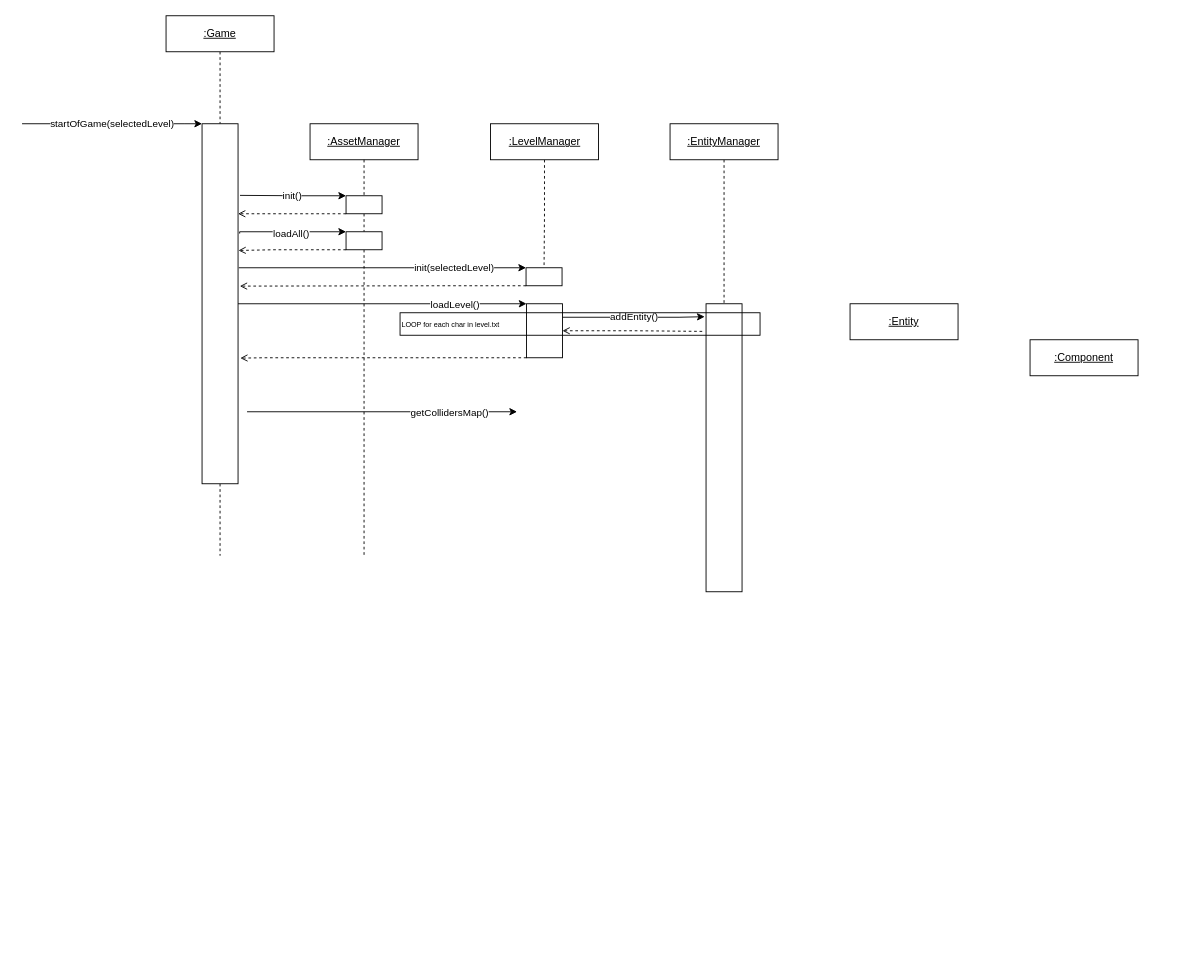
Earlier version of the draw.io diagram page "Lifeline" (2 of 2) of classDiagram.drawio (dnilhnry/CPP-Game-Engine-and-Basic-Platformer). Source tidied: cells renumbered, new cells numbered last; positions are measured from the earlier drawing's top-left corner, leaving out a move shared by most shapes. Both pictures are drawn from the tidied source at 90%, with x=0, y=0 at pixel (22, 15).
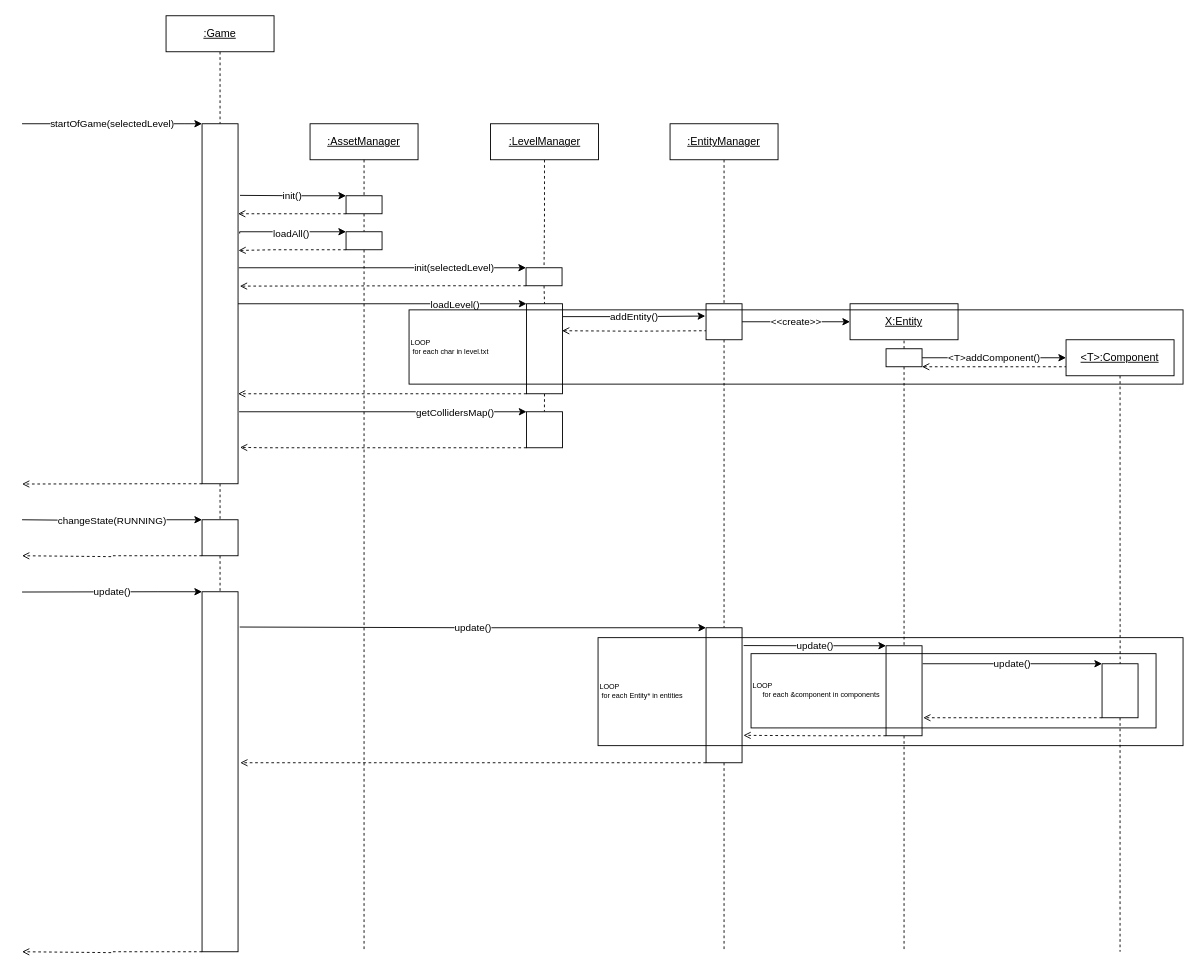
The same diagram, later.

The change refers to these unchanged cells:
```xml
<mxCell id="16" style="whiteSpace=wrap;html=1;rounded=0;" parent="1" vertex="1">
  <mxGeometry x="200" y="120" width="40" height="400" as="geometry" />
</mxCell>
<mxCell id="25" style="whiteSpace=wrap;html=1;rounded=0;" parent="1" vertex="1">
  <mxGeometry x="560" y="280" width="40" height="20" as="geometry" />
</mxCell>
<mxCell id="33" style="whiteSpace=wrap;html=1;rounded=0;" parent="1" vertex="1">
  <mxGeometry x="360" y="240" width="40" height="20" as="geometry" />
</mxCell>
```

Change to the diagram source:
```diff
@@
-    <mxCell id="2" style="edgeStyle=orthogonalEdgeStyle;rounded=0;jettySize=auto;html=1;exitX=0;exitY=1;exitDx=0;exitDy=0;endArrow=open;endFill=0;dashed=1;entryX=1.062;entryY=0.651;entryDx=0;entryDy=0;entryPerimeter=0;" parent="1" edge="1" source="4" target="16">
+    <mxCell id="2" style="edgeStyle=orthogonalEdgeStyle;rounded=0;jettySize=auto;html=1;exitX=0;exitY=1;exitDx=0;exitDy=0;endArrow=open;endFill=0;dashed=1;entryX=1;entryY=0.75;entryDx=0;entryDy=0;" parent="1" edge="1" source="4" target="16">
       <mxGeometry relative="1" as="geometry">
         <Array as="points">
-          <mxPoint x="270" y="380" />
+          <mxPoint x="410" y="420" />
+          <mxPoint x="410" y="420" />
         </Array>
       </mxGeometry>
     </mxCell>
-    <mxCell id="3" style="edgeStyle=orthogonalEdgeStyle;rounded=0;jettySize=auto;html=1;exitX=1;exitY=0.5;exitDx=0;exitDy=0;entryX=-0.038;entryY=0.096;entryDx=0;entryDy=0;entryPerimeter=0;startArrow=open;startFill=0;endArrow=none;endFill=0;dashed=1;" parent="1" edge="1" source="4" target="29">
-      <mxGeometry relative="1" as="geometry" />
+    <mxCell id="3" style="edgeStyle=orthogonalEdgeStyle;rounded=0;jettySize=auto;html=1;startArrow=open;startFill=0;endArrow=none;endFill=0;dashed=1;entryX=0;entryY=0.75;entryDx=0;entryDy=0;" parent="1" edge="1" target="29">
+      <mxGeometry relative="1" as="geometry">
+        <mxPoint x="600" y="350" as="sourcePoint" />
+      </mxGeometry>
     </mxCell>
+    <mxCell id="34" style="edgeStyle=orthogonalEdgeStyle;rounded=0;jettySize=auto;html=1;exitX=0.5;exitY=1;exitDx=0;exitDy=0;dashed=1;endArrow=none;endFill=0;" parent="1" edge="1" source="4">
+      <mxGeometry relative="1" as="geometry">
+        <mxPoint x="580.4" y="440" as="targetPoint" />
+      </mxGeometry>
+    </mxCell>
     <mxCell id="4" style="whiteSpace=wrap;html=1;rounded=0;" parent="1" vertex="1">
-      <mxGeometry x="560.5" y="320" width="40" height="60" as="geometry" />
+      <mxGeometry x="560.5" y="320" width="40" height="100" as="geometry" />
     </mxCell>
@@
+    <mxCell id="35" value="&amp;lt;&amp;lt;create&amp;gt;&amp;gt;" style="edgeStyle=orthogonalEdgeStyle;rounded=0;jettySize=auto;html=1;exitX=0;exitY=0.5;exitDx=0;exitDy=0;endArrow=none;endFill=0;startArrow=classic;startFill=1;entryX=1;entryY=0.5;entryDx=0;entryDy=0;" parent="1" edge="1" source="12" target="29">
+      <mxGeometry relative="1" as="geometry" />
+    </mxCell>
-    <mxCell id="12" value="&lt;u&gt;:Entity&lt;/u&gt;" style="rounded=0;whiteSpace=wrap;html=1;" parent="1" vertex="1">
+    <mxCell id="12" value="&lt;u&gt;X:Entity&lt;/u&gt;" style="rounded=0;whiteSpace=wrap;html=1;" parent="1" vertex="1">
       <mxGeometry x="920" y="320" width="120" height="40" as="geometry" />
     </mxCell>
+    <mxCell id="36" style="edgeStyle=orthogonalEdgeStyle;rounded=0;jettySize=auto;html=1;exitX=0.5;exitY=1;exitDx=0;exitDy=0;dashed=1;endArrow=none;endFill=0;" parent="1" edge="1" source="13">
+      <mxGeometry relative="1" as="geometry">
+        <mxPoint x="1220.1" y="720.6" as="targetPoint" />
+      </mxGeometry>
+    </mxCell>
-    <mxCell id="13" value="&lt;u&gt;:Component&lt;/u&gt;" style="rounded=0;whiteSpace=wrap;html=1;" parent="1" vertex="1">
-      <mxGeometry x="1120" y="360" width="120" height="40" as="geometry" />
+    <mxCell id="13" value="&lt;u&gt;&amp;lt;T&amp;gt;:Component&lt;/u&gt;" style="rounded=0;whiteSpace=wrap;html=1;" parent="1" vertex="1">
+      <mxGeometry x="1160" y="360" width="120" height="40" as="geometry" />
     </mxCell>
@@
     <mxCell id="15" style="edgeStyle=orthogonalEdgeStyle;rounded=0;jettySize=auto;html=1;exitX=0.5;exitY=1;exitDx=0;exitDy=0;dashed=1;endArrow=none;endFill=0;" parent="1" edge="1" source="16">
       <mxGeometry relative="1" as="geometry">
-        <mxPoint x="220" y="600" as="targetPoint" />
+        <mxPoint x="220" y="560" as="targetPoint" />
       </mxGeometry>
     </mxCell>
+    <mxCell id="37" style="edgeStyle=orthogonalEdgeStyle;rounded=0;jettySize=auto;html=1;exitX=0;exitY=1;exitDx=0;exitDy=0;dashed=1;endArrow=open;endFill=0;" parent="1" edge="1" source="16">
+      <mxGeometry relative="1" as="geometry">
+        <mxPoint y="520.3" as="targetPoint" />
+        <Array as="points">
+          <mxPoint x="150" y="520" />
+          <mxPoint x="150" y="520" />
+        </Array>
+      </mxGeometry>
+    </mxCell>
@@
-    <mxCell id="23" value="addEntity()" style="edgeStyle=orthogonalEdgeStyle;rounded=0;jettySize=auto;html=1;exitX=1;exitY=0.25;exitDx=0;exitDy=0;entryX=-0.038;entryY=0.045;entryDx=0;entryDy=0;entryPerimeter=0;" parent="1" edge="1" source="4" target="29">
-      <mxGeometry relative="1" as="geometry">
-        <Array as="points">
-          <mxPoint x="730" y="335" />
-        </Array>
-      </mxGeometry>
+    <mxCell id="23" value="addEntity()" style="edgeStyle=orthogonalEdgeStyle;rounded=0;jettySize=auto;html=1;exitX=1.012;exitY=0.143;exitDx=0;exitDy=0;exitPerimeter=0;entryX=-0.021;entryY=0.342;entryDx=0;entryDy=0;entryPerimeter=0;" parent="1" edge="1" source="4" target="29">
+      <mxGeometry relative="1" as="geometry" />
     </mxCell>
@@
+    <mxCell id="38" style="edgeStyle=orthogonalEdgeStyle;rounded=0;jettySize=auto;html=1;exitX=0.5;exitY=1;exitDx=0;exitDy=0;entryX=0.5;entryY=0;entryDx=0;entryDy=0;dashed=1;endArrow=none;endFill=0;" parent="1" edge="1" source="25" target="4">
+      <mxGeometry relative="1" as="geometry" />
+    </mxCell>
@@
-    <mxCell id="28" value="getCollidersMap()" style="edgeStyle=orthogonalEdgeStyle;rounded=0;orthogonalLoop=1;jettySize=auto;html=1;startArrow=classic;startFill=1;endArrow=none;endFill=0;" parent="1" edge="1">
+    <mxCell id="28" value="getCollidersMap()" style="edgeStyle=orthogonalEdgeStyle;rounded=0;jettySize=auto;html=1;startArrow=classic;startFill=1;endArrow=none;endFill=0;exitX=0;exitY=0;exitDx=0;exitDy=0;entryX=1.029;entryY=0.8;entryDx=0;entryDy=0;entryPerimeter=0;" parent="1" edge="1" source="46" target="16">
       <mxGeometry x="-0.5" y="1" relative="1" as="geometry">
-        <mxPoint x="550" y="440" as="sourcePoint" />
-        <mxPoint x="250" y="440" as="targetPoint" />
+        <Array as="points">
+          <mxPoint x="430" y="440" />
+          <mxPoint x="430" y="440" />
+        </Array>
       </mxGeometry>
     </mxCell>
+    <mxCell id="39" style="edgeStyle=orthogonalEdgeStyle;rounded=0;jettySize=auto;html=1;exitX=0.5;exitY=1;exitDx=0;exitDy=0;dashed=1;endArrow=none;endFill=0;" parent="1" edge="1" source="29">
+      <mxGeometry relative="1" as="geometry">
+        <mxPoint x="780" y="680" as="targetPoint" />
+      </mxGeometry>
+    </mxCell>
     <mxCell id="29" style="whiteSpace=wrap;html=1;rounded=0;" parent="1" vertex="1">
-      <mxGeometry x="760" y="320" width="40" height="320" as="geometry" />
+      <mxGeometry x="760" y="320" width="40" height="40" as="geometry" />
     </mxCell>
-    <mxCell id="30" value="LOOP for each char in level.txt" style="rounded=0;whiteSpace=wrap;html=1;fillColor=none;align=left;fontSize=8;" parent="1" vertex="1">
-      <mxGeometry x="420" y="330" width="400" height="25" as="geometry" />
-    </mxCell>
@@
     <mxCell id="32" style="edgeStyle=orthogonalEdgeStyle;rounded=0;jettySize=auto;html=1;exitX=0.5;exitY=1;exitDx=0;exitDy=0;dashed=1;endArrow=none;endFill=0;" parent="1" edge="1" source="33">
       <mxGeometry relative="1" as="geometry">
-        <mxPoint x="380" y="601" as="targetPoint" />
+        <mxPoint x="380" y="1040" as="targetPoint" />
       </mxGeometry>
     </mxCell>
@@
+    <mxCell id="40" style="edgeStyle=orthogonalEdgeStyle;rounded=0;jettySize=auto;html=1;exitX=0.5;exitY=0;exitDx=0;exitDy=0;entryX=0.5;entryY=1;entryDx=0;entryDy=0;endArrow=none;endFill=0;dashed=1;" parent="1" edge="1" source="44" target="12">
+      <mxGeometry relative="1" as="geometry" />
+    </mxCell>
+    <mxCell id="41" value="&amp;lt;T&amp;gt;addComponent()" style="edgeStyle=orthogonalEdgeStyle;rounded=0;jettySize=auto;html=1;exitX=1;exitY=0.5;exitDx=0;exitDy=0;entryX=0;entryY=0.5;entryDx=0;entryDy=0;" parent="1" edge="1" source="44" target="13">
+      <mxGeometry relative="1" as="geometry" />
+    </mxCell>
+    <mxCell id="42" style="edgeStyle=orthogonalEdgeStyle;rounded=0;jettySize=auto;html=1;exitX=1;exitY=1;exitDx=0;exitDy=0;entryX=0;entryY=0.75;entryDx=0;entryDy=0;dashed=1;startArrow=open;startFill=0;endArrow=none;endFill=0;" parent="1" edge="1" source="44" target="13">
+      <mxGeometry relative="1" as="geometry">
+        <Array as="points">
+          <mxPoint x="1040" y="390" />
+          <mxPoint x="1040" y="390" />
+        </Array>
+      </mxGeometry>
+    </mxCell>
+    <mxCell id="43" style="edgeStyle=orthogonalEdgeStyle;rounded=0;jettySize=auto;html=1;exitX=0.5;exitY=1;exitDx=0;exitDy=0;dashed=1;endArrow=none;endFill=0;" parent="1" edge="1" source="44">
+      <mxGeometry relative="1" as="geometry">
+        <mxPoint x="980" y="700" as="targetPoint" />
+      </mxGeometry>
+    </mxCell>
+    <mxCell id="44" style="whiteSpace=wrap;html=1;rounded=0;" parent="1" vertex="1">
+      <mxGeometry x="960" y="370" width="40" height="20" as="geometry" />
+    </mxCell>
+    <mxCell id="45" style="edgeStyle=orthogonalEdgeStyle;rounded=0;jettySize=auto;html=1;exitX=0;exitY=1;exitDx=0;exitDy=0;entryX=1.054;entryY=0.899;entryDx=0;entryDy=0;entryPerimeter=0;startArrow=none;startFill=0;endArrow=open;endFill=0;dashed=1;" parent="1" edge="1" source="46" target="16">
+      <mxGeometry relative="1" as="geometry">
+        <Array as="points">
+          <mxPoint x="269" y="480" />
+        </Array>
+      </mxGeometry>
+    </mxCell>
+    <mxCell id="46" style="whiteSpace=wrap;html=1;rounded=0;" parent="1" vertex="1">
+      <mxGeometry x="560.5" y="440" width="40" height="40" as="geometry" />
+    </mxCell>
+    <mxCell id="47" value="update()" style="edgeStyle=orthogonalEdgeStyle;rounded=0;jettySize=auto;html=1;exitX=0;exitY=0;exitDx=0;exitDy=0;startArrow=classic;startFill=1;endArrow=none;endFill=0;" parent="1" edge="1" source="49">
+      <mxGeometry relative="1" as="geometry">
+        <mxPoint y="640.3" as="targetPoint" />
+        <Array as="points">
+          <mxPoint x="150" y="640" />
+          <mxPoint x="150" y="640" />
+        </Array>
+      </mxGeometry>
+    </mxCell>
+    <mxCell id="48" style="edgeStyle=orthogonalEdgeStyle;rounded=0;jettySize=auto;html=1;exitX=0;exitY=1;exitDx=0;exitDy=0;endArrow=open;endFill=0;dashed=1;" parent="1" edge="1" source="49">
+      <mxGeometry relative="1" as="geometry">
+        <mxPoint y="1040" as="targetPoint" />
+        <Array as="points">
+          <mxPoint x="101" y="1040" />
+          <mxPoint x="101" y="1041" />
+        </Array>
+      </mxGeometry>
+    </mxCell>
+    <mxCell id="49" style="whiteSpace=wrap;html=1;rounded=0;" parent="1" vertex="1">
+      <mxGeometry x="200" y="640" width="40" height="400" as="geometry" />
+    </mxCell>
+    <mxCell id="50" value="changeState(RUNNING)" style="edgeStyle=orthogonalEdgeStyle;rounded=0;jettySize=auto;html=1;exitX=0;exitY=0;exitDx=0;exitDy=0;startArrow=classic;startFill=1;endArrow=none;endFill=0;" parent="1" edge="1" source="53">
+      <mxGeometry relative="1" as="geometry">
+        <mxPoint y="560" as="targetPoint" />
+        <Array as="points">
+          <mxPoint x="101" y="560" />
+          <mxPoint y="561" />
+        </Array>
+      </mxGeometry>
+    </mxCell>
+    <mxCell id="51" style="edgeStyle=orthogonalEdgeStyle;rounded=0;jettySize=auto;html=1;exitX=0;exitY=1;exitDx=0;exitDy=0;endArrow=open;endFill=0;strokeColor=default;dashed=1;" parent="1" edge="1" source="53">
+      <mxGeometry relative="1" as="geometry">
+        <mxPoint y="600" as="targetPoint" />
+        <Array as="points">
+          <mxPoint x="101" y="600" />
+          <mxPoint y="601" />
+        </Array>
+      </mxGeometry>
+    </mxCell>
+    <mxCell id="52" style="edgeStyle=orthogonalEdgeStyle;rounded=0;jettySize=auto;html=1;exitX=0.5;exitY=1;exitDx=0;exitDy=0;entryX=0.5;entryY=0;entryDx=0;entryDy=0;endArrow=none;endFill=0;dashed=1;" parent="1" edge="1" source="53" target="49">
+      <mxGeometry relative="1" as="geometry" />
+    </mxCell>
+    <mxCell id="53" style="whiteSpace=wrap;html=1;rounded=0;" parent="1" vertex="1">
+      <mxGeometry x="200" y="560" width="40" height="40" as="geometry" />
+    </mxCell>
+    <mxCell id="54" value="update()" style="edgeStyle=orthogonalEdgeStyle;rounded=0;jettySize=auto;html=1;exitX=0;exitY=0;exitDx=0;exitDy=0;entryX=1.046;entryY=0.098;entryDx=0;entryDy=0;entryPerimeter=0;startArrow=classic;startFill=1;endArrow=none;endFill=0;" parent="1" edge="1" source="57" target="49">
+      <mxGeometry relative="1" as="geometry">
+        <Array as="points">
+          <mxPoint x="500" y="680" />
+        </Array>
+      </mxGeometry>
+    </mxCell>
+    <mxCell id="55" style="edgeStyle=orthogonalEdgeStyle;rounded=0;jettySize=auto;html=1;exitX=0;exitY=1;exitDx=0;exitDy=0;entryX=1.061;entryY=0.475;entryDx=0;entryDy=0;entryPerimeter=0;endArrow=open;endFill=0;dashed=1;" parent="1" edge="1" source="57" target="49">
+      <mxGeometry relative="1" as="geometry">
+        <Array as="points">
+          <mxPoint x="630" y="830" />
+          <mxPoint x="630" y="830" />
+        </Array>
+      </mxGeometry>
+    </mxCell>
+    <mxCell id="56" style="edgeStyle=orthogonalEdgeStyle;rounded=0;jettySize=auto;html=1;exitX=0.5;exitY=1;exitDx=0;exitDy=0;dashed=1;endArrow=none;endFill=0;" parent="1" edge="1" source="57">
+      <mxGeometry relative="1" as="geometry">
+        <mxPoint x="780" y="1040" as="targetPoint" />
+      </mxGeometry>
+    </mxCell>
+    <mxCell id="57" style="whiteSpace=wrap;html=1;rounded=0;" parent="1" vertex="1">
+      <mxGeometry x="760" y="680" width="40" height="150" as="geometry" />
+    </mxCell>
+    <mxCell id="58" value="update()" style="edgeStyle=orthogonalEdgeStyle;rounded=0;jettySize=auto;html=1;exitX=0;exitY=0;exitDx=0;exitDy=0;entryX=1.044;entryY=0.132;entryDx=0;entryDy=0;entryPerimeter=0;endArrow=none;endFill=0;startArrow=classic;startFill=1;" parent="1" edge="1" source="61" target="57">
+      <mxGeometry relative="1" as="geometry">
+        <Array as="points">
+          <mxPoint x="880" y="700" />
+        </Array>
+      </mxGeometry>
+    </mxCell>
+    <mxCell id="59" style="edgeStyle=orthogonalEdgeStyle;rounded=0;jettySize=auto;html=1;exitX=0;exitY=1;exitDx=0;exitDy=0;entryX=1.038;entryY=0.797;entryDx=0;entryDy=0;entryPerimeter=0;endArrow=open;endFill=0;dashed=1;" parent="1" edge="1" source="61" target="57">
+      <mxGeometry relative="1" as="geometry">
+        <Array as="points">
+          <mxPoint x="880" y="800" />
+        </Array>
+      </mxGeometry>
+    </mxCell>
+    <mxCell id="60" style="edgeStyle=orthogonalEdgeStyle;rounded=0;jettySize=auto;html=1;exitX=0.5;exitY=1;exitDx=0;exitDy=0;dashed=1;endArrow=none;endFill=0;" parent="1" edge="1" source="61">
+      <mxGeometry relative="1" as="geometry">
+        <mxPoint x="980" y="1040" as="targetPoint" />
+      </mxGeometry>
+    </mxCell>
+    <mxCell id="61" style="whiteSpace=wrap;html=1;rounded=0;" parent="1" vertex="1">
+      <mxGeometry x="960" y="700" width="40" height="100" as="geometry" />
+    </mxCell>
+    <mxCell id="62" value="update()" style="edgeStyle=orthogonalEdgeStyle;rounded=0;jettySize=auto;html=1;exitX=0;exitY=0;exitDx=0;exitDy=0;entryX=1.017;entryY=0.2;entryDx=0;entryDy=0;entryPerimeter=0;startArrow=classic;startFill=1;endArrow=none;endFill=0;" parent="1" edge="1" source="65" target="61">
+      <mxGeometry relative="1" as="geometry">
+        <Array as="points">
+          <mxPoint x="1150" y="720" />
+          <mxPoint x="1150" y="720" />
+        </Array>
+      </mxGeometry>
+    </mxCell>
+    <mxCell id="63" style="edgeStyle=orthogonalEdgeStyle;rounded=0;jettySize=auto;html=1;exitX=0;exitY=1;exitDx=0;exitDy=0;entryX=1.033;entryY=0.8;entryDx=0;entryDy=0;entryPerimeter=0;startArrow=none;startFill=0;endArrow=open;endFill=0;dashed=1;" parent="1" edge="1" source="65" target="61">
+      <mxGeometry relative="1" as="geometry">
+        <Array as="points">
+          <mxPoint x="1150" y="780" />
+          <mxPoint x="1150" y="780" />
+        </Array>
+      </mxGeometry>
+    </mxCell>
+    <mxCell id="64" style="edgeStyle=orthogonalEdgeStyle;rounded=0;jettySize=auto;html=1;exitX=0.5;exitY=1;exitDx=0;exitDy=0;dashed=1;endArrow=none;endFill=0;" parent="1" edge="1" source="65">
+      <mxGeometry relative="1" as="geometry">
+        <mxPoint x="1220" y="1040" as="targetPoint" />
+      </mxGeometry>
+    </mxCell>
+    <mxCell id="65" style="whiteSpace=wrap;html=1;rounded=0;" parent="1" vertex="1">
+      <mxGeometry x="1200" y="720" width="40" height="60" as="geometry" />
+    </mxCell>
+    <mxCell id="30" value="LOOP&lt;br&gt;&lt;span style=&quot;white-space: pre;&quot;&gt; &lt;/span&gt;for each char in level.txt" style="rounded=0;whiteSpace=wrap;html=1;fillColor=none;align=left;fontSize=8;" parent="1" vertex="1">
+      <mxGeometry x="430" y="326.8" width="860" height="82.5" as="geometry" />
+    </mxCell>
+    <mxCell id="66" value="LOOP&lt;br&gt;&amp;nbsp; &amp;nbsp; &amp;nbsp;for each &amp;amp;component in components" style="rounded=0;whiteSpace=wrap;html=1;fillColor=none;align=left;fontSize=8;" parent="1" vertex="1">
+      <mxGeometry x="810" y="708.8" width="450" height="82.5" as="geometry" />
+    </mxCell>
+    <mxCell id="67" value="LOOP&lt;br&gt;&lt;span style=&quot;white-space: pre;&quot;&gt; &lt;/span&gt;for each Entity* in entities" style="rounded=0;whiteSpace=wrap;html=1;fillColor=none;align=left;fontSize=8;" parent="1" vertex="1">
+      <mxGeometry x="640" y="691" width="650" height="120" as="geometry" />
+    </mxCell>
```
